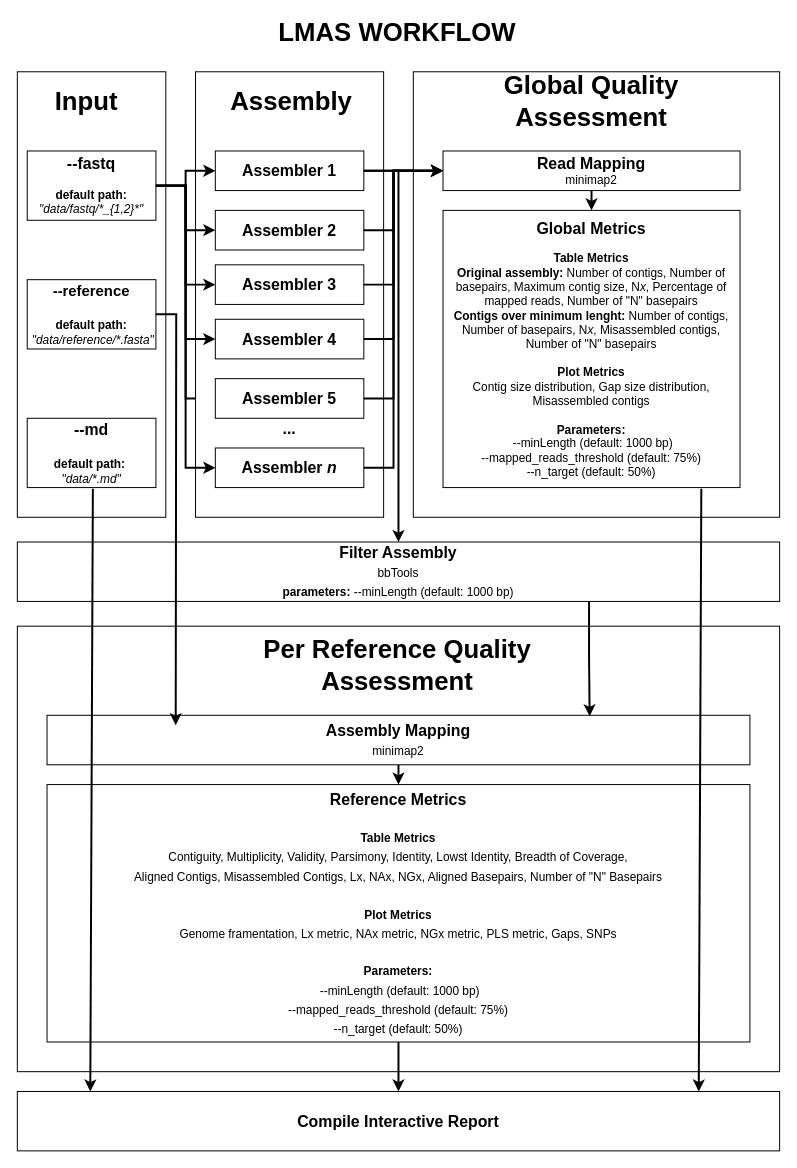
Before: docs/Untitled Diagram.drawio in B-UMMI/LMAS, a draw.io diagram. Source tidied: cells renumbered, new cells numbered last; positions are measured from the earlier drawing's top-left corner, leaving out a move shared by most shapes. Both pictures are drawn from the tidied source at 99%, with x=0, y=0 at pixel (17, 22).
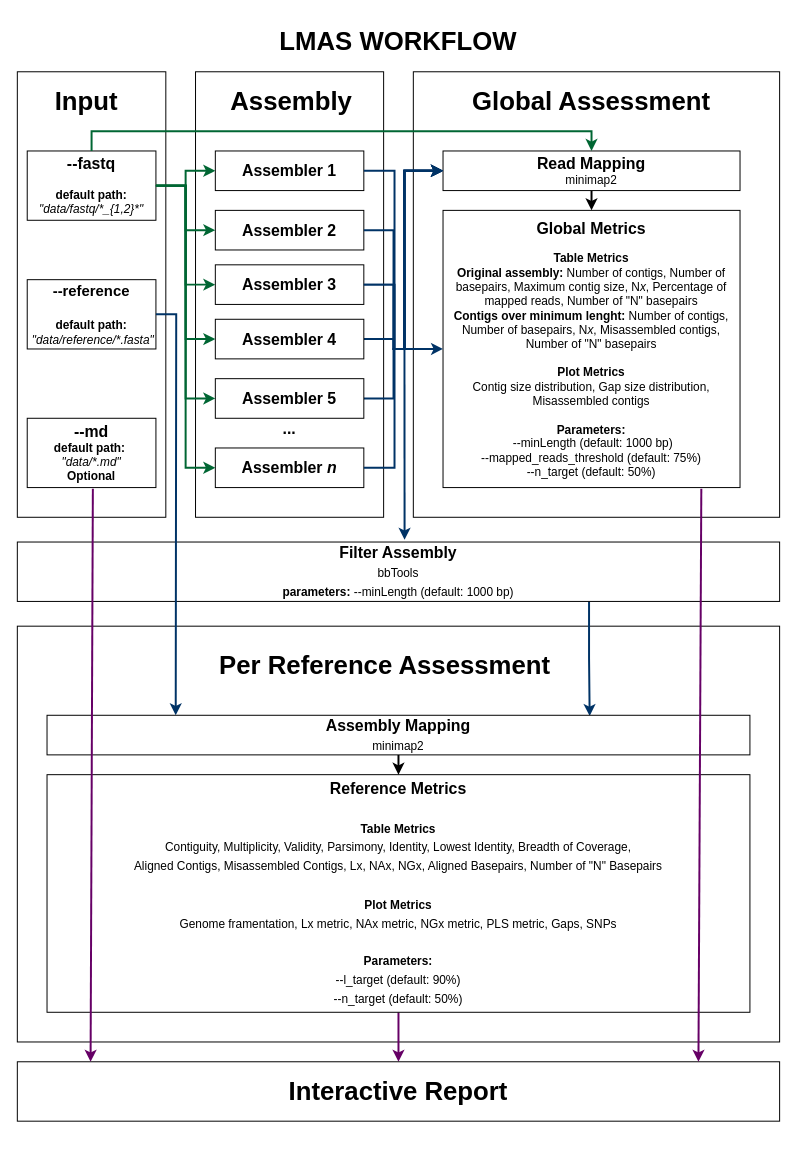
The same diagram, later.

Unchanged cells that the change refers to:
```xml
<mxCell id="7" value="&lt;b style=&quot;font-size: 16px&quot;&gt;--fastq&lt;br&gt;&lt;/b&gt;&lt;br&gt;&lt;b&gt;default path: &lt;/b&gt;&lt;i&gt;&quot;data/fastq/*_{1,2}*&quot;&lt;/i&gt;" style="rounded=0;whiteSpace=wrap;html=1;verticalAlign=middle;" parent="1" vertex="1">
  <mxGeometry x="10" y="130" width="130" height="70" as="geometry" />
</mxCell>
<mxCell id="8" value="&lt;b style=&quot;font-size: 15px&quot;&gt;--reference&lt;br&gt;&lt;br&gt;&lt;/b&gt;&lt;b&gt;default path:&lt;/b&gt;&lt;br&gt;&lt;b&gt;&amp;nbsp;&lt;/b&gt;&lt;i&gt;&quot;data/reference/*.fasta&quot;&lt;/i&gt;&lt;b&gt;&lt;br&gt;&lt;/b&gt;" style="rounded=0;whiteSpace=wrap;html=1;" parent="1" vertex="1">
  <mxGeometry x="10" y="260" width="130" height="70" as="geometry" />
</mxCell>
<mxCell id="13" value="&lt;font style=&quot;font-size: 16px&quot;&gt;&lt;b&gt;Assembler 1&lt;/b&gt;&lt;/font&gt;" style="rounded=0;whiteSpace=wrap;html=1;" parent="1" vertex="1">
  <mxGeometry x="200" y="130" width="150" height="40" as="geometry" />
</mxCell>
<mxCell id="14" value="&lt;font style=&quot;font-size: 16px&quot;&gt;&lt;b&gt;Assembler 2&lt;/b&gt;&lt;/font&gt;" style="rounded=0;whiteSpace=wrap;html=1;" parent="1" vertex="1">
  <mxGeometry x="200" y="190" width="150" height="40" as="geometry" />
</mxCell>
<mxCell id="16" value="&lt;font style=&quot;font-size: 16px&quot;&gt;&lt;b&gt;Assembler 3&lt;/b&gt;&lt;/font&gt;" style="rounded=0;whiteSpace=wrap;html=1;" parent="1" vertex="1">
  <mxGeometry x="200" y="245" width="150" height="40" as="geometry" />
</mxCell>
<mxCell id="18" value="&lt;font style=&quot;font-size: 16px&quot;&gt;&lt;b&gt;Assembler &lt;i&gt;n&lt;/i&gt;&lt;/b&gt;&lt;/font&gt;" style="rounded=0;whiteSpace=wrap;html=1;" parent="1" vertex="1">
  <mxGeometry x="200" y="430" width="150" height="40" as="geometry" />
</mxCell>
<mxCell id="23" value="&lt;font style=&quot;font-size: 16px&quot;&gt;&lt;b&gt;Read Mapping&lt;br&gt;&lt;/b&gt;&lt;/font&gt;&lt;font style=&quot;font-size: 12px&quot;&gt;minimap2&lt;br&gt;&lt;/font&gt;" style="rounded=0;whiteSpace=wrap;html=1;" parent="1" vertex="1">
  <mxGeometry x="430" y="130" width="300" height="40" as="geometry" />
</mxCell>
<mxCell id="27" value="&lt;span style=&quot;font-weight: bold ; font-size: 16px&quot;&gt;Global Metrics&lt;br&gt;&lt;/span&gt;&lt;br&gt;&lt;b&gt;Table Metrics&lt;br&gt;&lt;/b&gt;&lt;font style=&quot;font-size: 12px&quot;&gt;&lt;b&gt;Original assembly:&lt;/b&gt; Number of contigs, Number of basepairs, Maximum contig size, N&lt;i&gt;x&lt;/i&gt;, Percentage of mapped reads, Number of &quot;N&quot; basepairs&lt;/font&gt;&lt;br&gt;&lt;font style=&quot;font-size: 12px&quot;&gt;&lt;span style=&quot;font-weight: bold&quot;&gt;Contigs over minimum lenght:&amp;nbsp;&lt;/span&gt;Number of contigs, Number of basepairs, N&lt;i&gt;x&lt;/i&gt;, Misassembled contigs, Number of &quot;N&quot; basepairs&lt;br&gt;&lt;br&gt;&lt;b&gt;Plot Metrics&lt;br&gt;&lt;/b&gt;Contig size distribution, Gap size distribution, Misassembled contigs&lt;br&gt;&lt;/font&gt;&lt;br&gt;&lt;b&gt;Parameters:&lt;br&gt;&lt;/b&gt;&lt;font style=&quot;font-size: 12px&quot;&gt;&amp;nbsp;--minLength (default: 1000 bp)&lt;br&gt;--mapped_reads_threshold (default: 75%)&lt;br&gt;--n_target (default: 50%)&lt;br&gt;&lt;/font&gt;" style="rounded=0;whiteSpace=wrap;html=1;" parent="1" vertex="1">
  <mxGeometry x="430" y="190" width="300" height="280" as="geometry" />
</mxCell>
<mxCell id="29" value="&lt;b&gt;Filter Assembly&lt;/b&gt;&lt;br&gt;&lt;font style=&quot;font-size: 12px&quot;&gt;bbTools&lt;br&gt;&lt;/font&gt;&lt;b style=&quot;font-size: 12px&quot;&gt;parameters:&amp;nbsp;&lt;/b&gt;&lt;font style=&quot;font-size: 12px&quot;&gt;--minLength (default: 1000 bp)&lt;/font&gt;&lt;b&gt;&lt;br&gt;&lt;/b&gt;" style="rounded=0;whiteSpace=wrap;html=1;fontSize=16;" parent="1" vertex="1">
  <mxGeometry y="525" width="770" height="60" as="geometry" />
</mxCell>
<mxCell id="35" value="&lt;font style=&quot;font-size: 16px&quot;&gt;&lt;b&gt;Assembler 4&lt;/b&gt;&lt;/font&gt;" style="rounded=0;whiteSpace=wrap;html=1;" parent="1" vertex="1">
  <mxGeometry x="200" y="300" width="150" height="40" as="geometry" />
</mxCell>
<mxCell id="37" value="&lt;font style=&quot;font-size: 16px&quot;&gt;&lt;b&gt;Assembler 5&lt;/b&gt;&lt;/font&gt;" style="rounded=0;whiteSpace=wrap;html=1;" parent="1" vertex="1">
  <mxGeometry x="200" y="360" width="150" height="40" as="geometry" />
</mxCell>
```

What changed in the source:
```diff
@@
     <mxCell id="2" style="rounded=0;whiteSpace=wrap;html=1;fontSize=16;" parent="1" vertex="1">
-      <mxGeometry y="610" width="770" height="450" as="geometry" />
+      <mxGeometry y="610" width="770" height="420" as="geometry" />
     </mxCell>
     <mxCell id="3" value="LMAS WORKFLOW" style="text;html=1;strokeColor=none;fillColor=none;align=center;verticalAlign=middle;whiteSpace=wrap;rounded=0;fontSize=26;fontStyle=1;" parent="1" vertex="1">
-      <mxGeometry x="244" width="280" height="20" as="geometry" />
+      <mxGeometry x="245" y="10" width="280" height="20" as="geometry" />
     </mxCell>
@@
-    <mxCell id="6" style="edgeStyle=orthogonalEdgeStyle;rounded=0;jettySize=auto;html=1;exitX=1;exitY=0.5;exitDx=0;exitDy=0;entryX=0;entryY=0.5;entryDx=0;entryDy=0;strokeWidth=2;fontSize=16;" parent="1" edge="1" source="7" target="37">
-      <mxGeometry relative="1" as="geometry" />
-    </mxCell>
@@
-    <mxCell id="9" value="&lt;b style=&quot;font-size: 16px&quot;&gt;--md&lt;br&gt;&lt;br&gt;&lt;/b&gt;&lt;b&gt;default path:&amp;nbsp;&lt;br&gt;&lt;/b&gt;&lt;i&gt;&quot;data/*.md&quot;&lt;/i&gt;&lt;b&gt;&lt;br&gt;&lt;/b&gt;" style="rounded=0;whiteSpace=wrap;html=1;" parent="1" vertex="1">
+    <mxCell id="9" value="&lt;b style=&quot;font-size: 16px&quot;&gt;--md&lt;br&gt;&lt;/b&gt;&lt;b&gt;default path:&amp;nbsp;&lt;br&gt;&lt;/b&gt;&lt;i&gt;&quot;data/*.md&quot;&lt;br&gt;&lt;/i&gt;&lt;b&gt;Optional&lt;br&gt;&lt;/b&gt;" style="rounded=0;whiteSpace=wrap;html=1;" parent="1" vertex="1">
       <mxGeometry x="10" y="400" width="130" height="70" as="geometry" />
     </mxCell>
@@
-    <mxCell id="12" style="edgeStyle=orthogonalEdgeStyle;rounded=0;jettySize=auto;html=1;exitX=1;exitY=0.5;exitDx=0;exitDy=0;fontSize=16;strokeWidth=2;" parent="1" edge="1" source="13" target="29">
-      <mxGeometry relative="1" as="geometry" />
-    </mxCell>
@@
-    <mxCell id="15" style="edgeStyle=orthogonalEdgeStyle;rounded=0;jettySize=auto;html=1;exitX=1;exitY=0.5;exitDx=0;exitDy=0;entryX=0;entryY=0.5;entryDx=0;entryDy=0;strokeWidth=2;fontSize=16;" parent="1" edge="1" source="16" target="23">
-      <mxGeometry relative="1" as="geometry">
-        <Array as="points">
-          <mxPoint x="380" y="265" />
-          <mxPoint x="380" y="150" />
-        </Array>
-      </mxGeometry>
-    </mxCell>
@@
-    <mxCell id="17" style="edgeStyle=orthogonalEdgeStyle;rounded=0;jettySize=auto;html=1;exitX=1;exitY=0.5;exitDx=0;exitDy=0;entryX=0;entryY=0.5;entryDx=0;entryDy=0;strokeWidth=2;fontSize=16;" parent="1" edge="1" source="18" target="23">
-      <mxGeometry relative="1" as="geometry">
-        <Array as="points">
-          <mxPoint x="380" y="450" />
-          <mxPoint x="380" y="150" />
-        </Array>
-      </mxGeometry>
-    </mxCell>
@@
-    <mxCell id="21" value="&lt;b&gt;&lt;font style=&quot;font-size: 26px&quot;&gt;Global Quality Assessment&lt;/font&gt;&lt;/b&gt;" style="text;html=1;strokeColor=none;fillColor=none;align=center;verticalAlign=middle;whiteSpace=wrap;rounded=0;" parent="1" vertex="1">
+    <mxCell id="21" value="&lt;b&gt;&lt;font style=&quot;font-size: 26px&quot;&gt;Global Assessment&lt;/font&gt;&lt;/b&gt;" style="text;html=1;strokeColor=none;fillColor=none;align=center;verticalAlign=middle;whiteSpace=wrap;rounded=0;" parent="1" vertex="1">
       <mxGeometry x="440" y="70" width="280" height="20" as="geometry" />
     </mxCell>
@@
-    <mxCell id="24" style="edgeStyle=orthogonalEdgeStyle;rounded=0;jettySize=auto;html=1;exitX=1;exitY=0.5;exitDx=0;exitDy=0;entryX=0;entryY=0.5;entryDx=0;entryDy=0;fontSize=16;strokeWidth=2;" parent="1" edge="1" source="7" target="13">
+    <mxCell id="24" style="edgeStyle=orthogonalEdgeStyle;rounded=0;jettySize=auto;html=1;exitX=1;exitY=0.5;exitDx=0;exitDy=0;entryX=0;entryY=0.5;entryDx=0;entryDy=0;fontSize=16;strokeWidth=2;strokeColor=#006633;" parent="1" edge="1" source="7" target="13">
       <mxGeometry relative="1" as="geometry">
         <Array as="points">
           <mxPoint x="170" y="165" />
           <mxPoint x="170" y="150" />
         </Array>
       </mxGeometry>
     </mxCell>
-    <mxCell id="25" style="edgeStyle=orthogonalEdgeStyle;rounded=0;jettySize=auto;html=1;exitX=1;exitY=0.5;exitDx=0;exitDy=0;fontSize=16;strokeWidth=2;" parent="1" edge="1" source="7" target="14">
+    <mxCell id="25" style="edgeStyle=orthogonalEdgeStyle;rounded=0;jettySize=auto;html=1;exitX=1;exitY=0.5;exitDx=0;exitDy=0;fontSize=16;strokeWidth=2;strokeColor=#006633;" parent="1" edge="1" source="7" target="14">
       <mxGeometry relative="1" as="geometry">
         <Array as="points">
           <mxPoint x="170" y="165" />
           <mxPoint x="170" y="210" />
         </Array>
       </mxGeometry>
     </mxCell>
-    <mxCell id="26" style="edgeStyle=orthogonalEdgeStyle;rounded=0;jettySize=auto;html=1;exitX=1;exitY=0.5;exitDx=0;exitDy=0;entryX=0;entryY=0.5;entryDx=0;entryDy=0;fontSize=16;strokeWidth=2;" parent="1" edge="1" source="7" target="16">
+    <mxCell id="26" style="edgeStyle=orthogonalEdgeStyle;rounded=0;jettySize=auto;html=1;exitX=1;exitY=0.5;exitDx=0;exitDy=0;entryX=0;entryY=0.5;entryDx=0;entryDy=0;fontSize=16;strokeWidth=2;strokeColor=#006633;" parent="1" edge="1" source="7" target="16">
       <mxGeometry relative="1" as="geometry">
         <Array as="points">
           <mxPoint x="170" y="165" />
           <mxPoint x="170" y="265" />
         </Array>
       </mxGeometry>
     </mxCell>
@@
-    <mxCell id="28" style="edgeStyle=orthogonalEdgeStyle;rounded=0;jettySize=auto;html=1;exitX=0.75;exitY=1;exitDx=0;exitDy=0;entryX=0.772;entryY=0.02;entryDx=0;entryDy=0;entryPerimeter=0;fontSize=16;strokeWidth=2;" parent="1" edge="1" source="29" target="33">
+    <mxCell id="28" style="edgeStyle=orthogonalEdgeStyle;rounded=0;jettySize=auto;html=1;exitX=0.75;exitY=1;exitDx=0;exitDy=0;entryX=0.772;entryY=0.02;entryDx=0;entryDy=0;entryPerimeter=0;fontSize=16;strokeWidth=2;strokeColor=#003366;" parent="1" edge="1" source="29" target="33">
       <mxGeometry relative="1" as="geometry" />
     </mxCell>
@@
-    <mxCell id="30" style="edgeStyle=orthogonalEdgeStyle;rounded=0;jettySize=auto;html=1;exitX=0.5;exitY=1;exitDx=0;exitDy=0;strokeWidth=2;fontSize=16;" parent="1" edge="1" source="31" target="44">
+    <mxCell id="30" style="edgeStyle=orthogonalEdgeStyle;rounded=0;jettySize=auto;html=1;exitX=0.5;exitY=1;exitDx=0;exitDy=0;strokeWidth=2;fontSize=16;strokeColor=#660066;" parent="1" edge="1" source="31" target="44">
       <mxGeometry relative="1" as="geometry" />
     </mxCell>
-    <mxCell id="31" value="&lt;span style=&quot;font-weight: bold&quot;&gt;Reference Metrics&lt;br&gt;&lt;/span&gt;&lt;br&gt;&lt;font style=&quot;font-size: 12px&quot;&gt;&lt;b&gt;Table Metrics&lt;br&gt;&lt;/b&gt;&lt;/font&gt;&lt;span style=&quot;font-size: 12px&quot;&gt;Contiguity, Multiplicity, Validity, Parsimony, Identity, Lowst Identity, Breadth of Coverage, &lt;br&gt;Aligned Contigs, Misassembled Contigs, Lx, NAx, NGx, Aligned Basepairs, Number of &quot;N&quot; Basepairs&lt;br&gt;&lt;/span&gt;&lt;br&gt;&lt;span style=&quot;font-size: 12px&quot;&gt;&lt;b&gt;Plot Metrics&lt;/b&gt;&lt;br&gt;Genome framentation, Lx metric, NAx metric, NGx metric, PLS metric, Gaps, SNPs&lt;br&gt;&lt;br&gt;&lt;/span&gt;&lt;b style=&quot;font-size: 12px&quot;&gt;Parameters:&lt;br&gt;&lt;/b&gt;&lt;font style=&quot;font-size: 12px&quot;&gt;&amp;nbsp;--minLength (default: 1000 bp)&lt;br&gt;--mapped_reads_threshold (default: 75%)&lt;br&gt;--n_target (default: 50%)&lt;/font&gt;" style="rounded=0;whiteSpace=wrap;html=1;fontSize=16;" parent="1" vertex="1">
-      <mxGeometry x="30" y="770" width="710" height="260" as="geometry" />
+    <mxCell id="31" value="&lt;span style=&quot;font-weight: bold&quot;&gt;Reference Metrics&lt;br&gt;&lt;/span&gt;&lt;br&gt;&lt;font style=&quot;font-size: 12px&quot;&gt;&lt;b&gt;Table Metrics&lt;br&gt;&lt;/b&gt;&lt;/font&gt;&lt;span style=&quot;font-size: 12px&quot;&gt;Contiguity, Multiplicity, Validity, Parsimony, Identity, Lowest Identity, Breadth of Coverage, &lt;br&gt;Aligned Contigs, Misassembled Contigs, Lx, NAx, NGx, Aligned Basepairs, Number of &quot;N&quot; Basepairs&lt;br&gt;&lt;/span&gt;&lt;br&gt;&lt;span style=&quot;font-size: 12px&quot;&gt;&lt;b&gt;Plot Metrics&lt;/b&gt;&lt;br&gt;Genome framentation, Lx metric, NAx metric, NGx metric, PLS metric, Gaps, SNPs&lt;br&gt;&lt;br&gt;&lt;/span&gt;&lt;b style=&quot;font-size: 12px&quot;&gt;Parameters:&lt;br&gt;&lt;/b&gt;&lt;span style=&quot;font-size: 12px&quot;&gt;--l_target (default: 90%)&lt;/span&gt;&lt;b style=&quot;font-size: 12px&quot;&gt;&lt;br&gt;&lt;/b&gt;&lt;font style=&quot;font-size: 12px&quot;&gt;--n_target (default: 50%)&lt;br&gt;&lt;/font&gt;" style="rounded=0;whiteSpace=wrap;html=1;fontSize=16;" parent="1" vertex="1">
+      <mxGeometry x="30" y="760" width="710" height="240" as="geometry" />
     </mxCell>
@@
     <mxCell id="33" value="&lt;font&gt;&lt;b&gt;Assembly Mapping&lt;br&gt;&lt;/b&gt;&lt;/font&gt;&lt;font style=&quot;font-size: 12px&quot;&gt;minimap2&lt;/font&gt;&lt;b&gt;&lt;br&gt;&lt;/b&gt;" style="rounded=0;whiteSpace=wrap;html=1;fontSize=16;" parent="1" vertex="1">
-      <mxGeometry x="30" y="700" width="710" height="50" as="geometry" />
+      <mxGeometry x="30" y="700" width="710" height="40" as="geometry" />
     </mxCell>
-    <mxCell id="34" style="edgeStyle=orthogonalEdgeStyle;rounded=0;jettySize=auto;html=1;exitX=1;exitY=0.5;exitDx=0;exitDy=0;entryX=0;entryY=0.5;entryDx=0;entryDy=0;strokeWidth=2;fontSize=16;" parent="1" edge="1" source="35" target="23">
+    <mxCell id="34" style="edgeStyle=orthogonalEdgeStyle;rounded=0;jettySize=auto;html=1;exitX=1;exitY=0.5;exitDx=0;exitDy=0;entryX=0;entryY=0.5;entryDx=0;entryDy=0;strokeWidth=2;fontSize=16;strokeColor=#003366;" parent="1" edge="1" source="35" target="23">
       <mxGeometry relative="1" as="geometry">
         <Array as="points">
           <mxPoint x="380" y="320" />
-          <mxPoint x="380" y="150" />
+          <mxPoint x="380" y="330" />
+          <mxPoint x="391" y="330" />
+          <mxPoint x="391" y="150" />
         </Array>
       </mxGeometry>
     </mxCell>
@@
-    <mxCell id="36" style="edgeStyle=orthogonalEdgeStyle;rounded=0;jettySize=auto;html=1;exitX=1;exitY=0.5;exitDx=0;exitDy=0;entryX=0;entryY=0.5;entryDx=0;entryDy=0;strokeWidth=2;fontSize=16;" parent="1" edge="1" source="37" target="23">
+    <mxCell id="36" style="edgeStyle=orthogonalEdgeStyle;rounded=0;jettySize=auto;html=1;exitX=1;exitY=0.5;exitDx=0;exitDy=0;entryX=0;entryY=0.5;entryDx=0;entryDy=0;strokeWidth=2;fontSize=16;strokeColor=#003366;" parent="1" edge="1" source="37" target="23">
       <mxGeometry relative="1" as="geometry">
         <Array as="points">
           <mxPoint x="380" y="380" />
-          <mxPoint x="380" y="150" />
+          <mxPoint x="380" y="330" />
+          <mxPoint x="391" y="330" />
+          <mxPoint x="391" y="150" />
         </Array>
       </mxGeometry>
     </mxCell>
@@
-    <mxCell id="38" value="&lt;b&gt;&lt;font style=&quot;font-size: 26px&quot;&gt;Per Reference Quality Assessment&lt;/font&gt;&lt;/b&gt;" style="text;html=1;strokeColor=none;fillColor=none;align=center;verticalAlign=middle;whiteSpace=wrap;rounded=0;" parent="1" vertex="1">
-      <mxGeometry x="244" y="640" width="280" height="20" as="geometry" />
+    <mxCell id="38" value="&lt;b&gt;&lt;font style=&quot;font-size: 26px&quot;&gt;Per Reference Assessment&lt;/font&gt;&lt;/b&gt;" style="text;html=1;strokeColor=none;fillColor=none;align=center;verticalAlign=middle;whiteSpace=wrap;rounded=0;" parent="1" vertex="1">
+      <mxGeometry x="200" y="640" width="343" height="20" as="geometry" />
     </mxCell>
-    <mxCell id="39" style="edgeStyle=orthogonalEdgeStyle;rounded=0;jettySize=auto;html=1;exitX=1;exitY=0.5;exitDx=0;exitDy=0;fontSize=16;strokeWidth=2;" parent="1" edge="1" source="8">
+    <mxCell id="39" style="edgeStyle=orthogonalEdgeStyle;rounded=0;jettySize=auto;html=1;exitX=1;exitY=0.5;exitDx=0;exitDy=0;fontSize=16;strokeWidth=2;strokeColor=#003366;" parent="1" edge="1" source="8">
       <mxGeometry relative="1" as="geometry">
-        <mxPoint x="160" y="710" as="targetPoint" />
+        <mxPoint x="160" y="700" as="targetPoint" />
       </mxGeometry>
     </mxCell>
-    <mxCell id="40" style="edgeStyle=orthogonalEdgeStyle;rounded=0;jettySize=auto;html=1;exitX=1;exitY=0.5;exitDx=0;exitDy=0;entryX=0;entryY=0.5;entryDx=0;entryDy=0;strokeWidth=2;fontSize=16;" parent="1" edge="1" source="7" target="18">
+    <mxCell id="40" style="edgeStyle=orthogonalEdgeStyle;rounded=0;jettySize=auto;html=1;exitX=1;exitY=0.5;exitDx=0;exitDy=0;entryX=0;entryY=0.5;entryDx=0;entryDy=0;strokeWidth=2;fontSize=16;strokeColor=#006633;" parent="1" edge="1" source="7" target="18">
       <mxGeometry relative="1" as="geometry" />
     </mxCell>
-    <mxCell id="41" style="edgeStyle=orthogonalEdgeStyle;rounded=0;jettySize=auto;html=1;exitX=1;exitY=0.5;exitDx=0;exitDy=0;entryX=0;entryY=0.5;entryDx=0;entryDy=0;strokeWidth=2;fontSize=16;" parent="1" edge="1" source="7" target="35">
+    <mxCell id="41" style="edgeStyle=orthogonalEdgeStyle;rounded=0;jettySize=auto;html=1;exitX=1;exitY=0.5;exitDx=0;exitDy=0;entryX=0;entryY=0.5;entryDx=0;entryDy=0;strokeWidth=2;fontSize=16;strokeColor=#006633;" parent="1" edge="1" source="7" target="35">
       <mxGeometry relative="1" as="geometry" />
     </mxCell>
-    <mxCell id="42" style="edgeStyle=orthogonalEdgeStyle;rounded=0;jettySize=auto;html=1;exitX=1;exitY=0.5;exitDx=0;exitDy=0;entryX=0;entryY=0.5;entryDx=0;entryDy=0;strokeWidth=2;fontSize=16;" parent="1" edge="1" source="13" target="23">
-      <mxGeometry relative="1" as="geometry" />
+    <mxCell id="42" style="edgeStyle=orthogonalEdgeStyle;rounded=0;jettySize=auto;html=1;exitX=1;exitY=0.5;exitDx=0;exitDy=0;entryX=0;entryY=0.5;entryDx=0;entryDy=0;strokeWidth=2;fontSize=16;strokeColor=#003366;" parent="1" edge="1" source="13" target="23">
+      <mxGeometry relative="1" as="geometry">
+        <Array as="points">
+          <mxPoint x="381" y="150" />
+          <mxPoint x="381" y="330" />
+          <mxPoint x="391" y="330" />
+          <mxPoint x="391" y="150" />
+        </Array>
+      </mxGeometry>
     </mxCell>
-    <mxCell id="43" style="edgeStyle=orthogonalEdgeStyle;rounded=0;jettySize=auto;html=1;exitX=1;exitY=0.5;exitDx=0;exitDy=0;entryX=0;entryY=0.5;entryDx=0;entryDy=0;strokeWidth=2;fontSize=16;" parent="1" edge="1" source="14" target="23">
+    <mxCell id="43" style="edgeStyle=orthogonalEdgeStyle;rounded=0;jettySize=auto;html=1;exitX=1;exitY=0.5;exitDx=0;exitDy=0;entryX=0;entryY=0.5;entryDx=0;entryDy=0;strokeWidth=2;fontSize=16;strokeColor=#003366;" parent="1" edge="1" source="14" target="23">
       <mxGeometry relative="1" as="geometry">
         <Array as="points">
           <mxPoint x="380" y="210" />
-          <mxPoint x="380" y="150" />
+          <mxPoint x="380" y="330" />
+          <mxPoint x="391" y="330" />
+          <mxPoint x="391" y="150" />
         </Array>
       </mxGeometry>
     </mxCell>
-    <mxCell id="44" value="&lt;b&gt;Compile Interactive Report&lt;br&gt;&lt;/b&gt;" style="rounded=0;whiteSpace=wrap;html=1;fontSize=16;" parent="1" vertex="1">
-      <mxGeometry y="1080" width="770" height="60" as="geometry" />
+    <mxCell id="44" value="&lt;b&gt;&lt;span style=&quot;font-size: 26px&quot;&gt;Interactive Report&lt;/span&gt;&lt;br&gt;&lt;/b&gt;" style="rounded=0;whiteSpace=wrap;html=1;fontSize=16;" parent="1" vertex="1">
+      <mxGeometry y="1050" width="770" height="60" as="geometry" />
     </mxCell>
-    <mxCell id="45" style="endArrow=classic;html=1;strokeWidth=2;fontSize=16;exitX=0.893;exitY=1.004;exitDx=0;exitDy=0;exitPerimeter=0;entryX=0.903;entryY=0;entryDx=0;entryDy=0;entryPerimeter=0;" parent="1" edge="1">
+    <mxCell id="45" style="endArrow=classic;html=1;strokeWidth=2;fontSize=16;exitX=0.893;exitY=1.004;exitDx=0;exitDy=0;exitPerimeter=0;strokeColor=#660066;" parent="1" edge="1">
       <mxGeometry relative="1" as="geometry">
         <mxPoint x="690.9" y="471.1" as="sourcePoint" />
-        <mxPoint x="688.3" y="1080" as="targetPoint" />
+        <mxPoint x="688" y="1050" as="targetPoint" />
       </mxGeometry>
     </mxCell>
-    <mxCell id="46" style="endArrow=classic;html=1;strokeWidth=2;fontSize=16;exitX=0.893;exitY=1.004;exitDx=0;exitDy=0;exitPerimeter=0;entryX=0.903;entryY=0;entryDx=0;entryDy=0;entryPerimeter=0;" parent="1" edge="1">
+    <mxCell id="46" style="endArrow=classic;html=1;strokeWidth=2;fontSize=16;exitX=0.893;exitY=1.004;exitDx=0;exitDy=0;exitPerimeter=0;strokeColor=#660066;" parent="1" edge="1">
       <mxGeometry relative="1" as="geometry">
         <mxPoint x="76.3" y="471.1" as="sourcePoint" />
-        <mxPoint x="73.7" y="1080" as="targetPoint" />
+        <mxPoint x="74" y="1050" as="targetPoint" />
       </mxGeometry>
     </mxCell>
+    <mxCell id="17" style="edgeStyle=orthogonalEdgeStyle;rounded=0;jettySize=auto;html=1;exitX=1;exitY=0.5;exitDx=0;exitDy=0;entryX=0;entryY=0.5;entryDx=0;entryDy=0;strokeWidth=2;fontSize=16;strokeColor=#003366;" parent="1" edge="1" source="18" target="23">
+      <mxGeometry relative="1" as="geometry">
+        <Array as="points">
+          <mxPoint x="381" y="450" />
+          <mxPoint x="381" y="330" />
+          <mxPoint x="391" y="330" />
+          <mxPoint x="391" y="150" />
+        </Array>
+      </mxGeometry>
+    </mxCell>
+    <mxCell id="15" style="edgeStyle=orthogonalEdgeStyle;rounded=0;jettySize=auto;html=1;exitX=1;exitY=0.5;exitDx=0;exitDy=0;entryX=0;entryY=0.5;entryDx=0;entryDy=0;strokeWidth=2;fontSize=16;strokeColor=#003366;" parent="1" edge="1" source="16" target="23">
+      <mxGeometry relative="1" as="geometry">
+        <Array as="points">
+          <mxPoint x="380" y="265" />
+          <mxPoint x="380" y="330" />
+          <mxPoint x="391" y="330" />
+          <mxPoint x="391" y="150" />
+        </Array>
+      </mxGeometry>
+    </mxCell>
+    <mxCell id="47" style="endArrow=classic;html=1;strokeWidth=2;fontSize=16;entryX=0.508;entryY=-0.038;entryDx=0;entryDy=0;entryPerimeter=0;strokeColor=#003366;" parent="1" edge="1" target="29">
+      <mxGeometry relative="1" as="geometry">
+        <mxPoint x="391" y="250" as="sourcePoint" />
+      </mxGeometry>
+    </mxCell>
+    <mxCell id="48" style="edgeStyle=orthogonalEdgeStyle;rounded=0;jettySize=auto;html=1;exitX=1;exitY=0.5;exitDx=0;exitDy=0;strokeWidth=2;fontSize=16;strokeColor=#003366;" parent="1" edge="1" source="16" target="27">
+      <mxGeometry relative="1" as="geometry">
+        <Array as="points">
+          <mxPoint x="381" y="265" />
+          <mxPoint x="381" y="330" />
+        </Array>
+      </mxGeometry>
+    </mxCell>
+    <mxCell id="6" style="edgeStyle=orthogonalEdgeStyle;rounded=0;jettySize=auto;html=1;exitX=1;exitY=0.5;exitDx=0;exitDy=0;entryX=0;entryY=0.5;entryDx=0;entryDy=0;strokeWidth=2;fontSize=16;strokeColor=#006633;" parent="1" edge="1" source="7" target="37">
+      <mxGeometry relative="1" as="geometry" />
+    </mxCell>
+    <mxCell id="49" style="edgeStyle=orthogonalEdgeStyle;rounded=0;jettySize=auto;html=1;exitX=0.5;exitY=0;exitDx=0;exitDy=0;entryX=0.5;entryY=0;entryDx=0;entryDy=0;strokeColor=#006633;strokeWidth=2;fontSize=16;" parent="1" edge="1" source="7" target="23">
+      <mxGeometry relative="1" as="geometry">
+        <Array as="points">
+          <mxPoint x="75" y="110" />
+          <mxPoint x="580" y="110" />
+        </Array>
+      </mxGeometry>
+    </mxCell>
```
